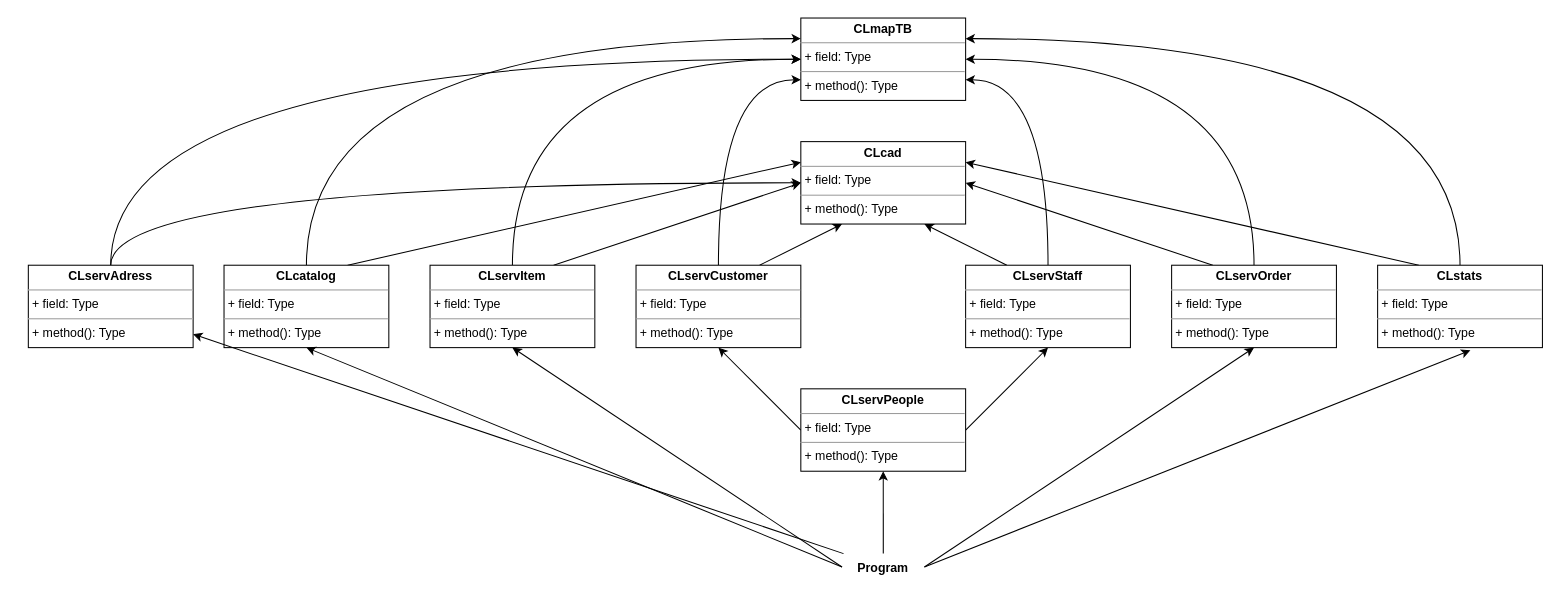
Earlier version of the draw.io diagram page "Page-2" (2 of 2) of Diagrammes/Diagrammes de classes.drawio (pierre1316/Projet-POO-CPP-CLI). Source tidied: cells renumbered, new cells numbered last; positions are measured from the earlier drawing's top-left corner, leaving out a move shared by most shapes. Both pictures are drawn from the tidied source at 103%, with x=0, y=0 at pixel (28, 18).
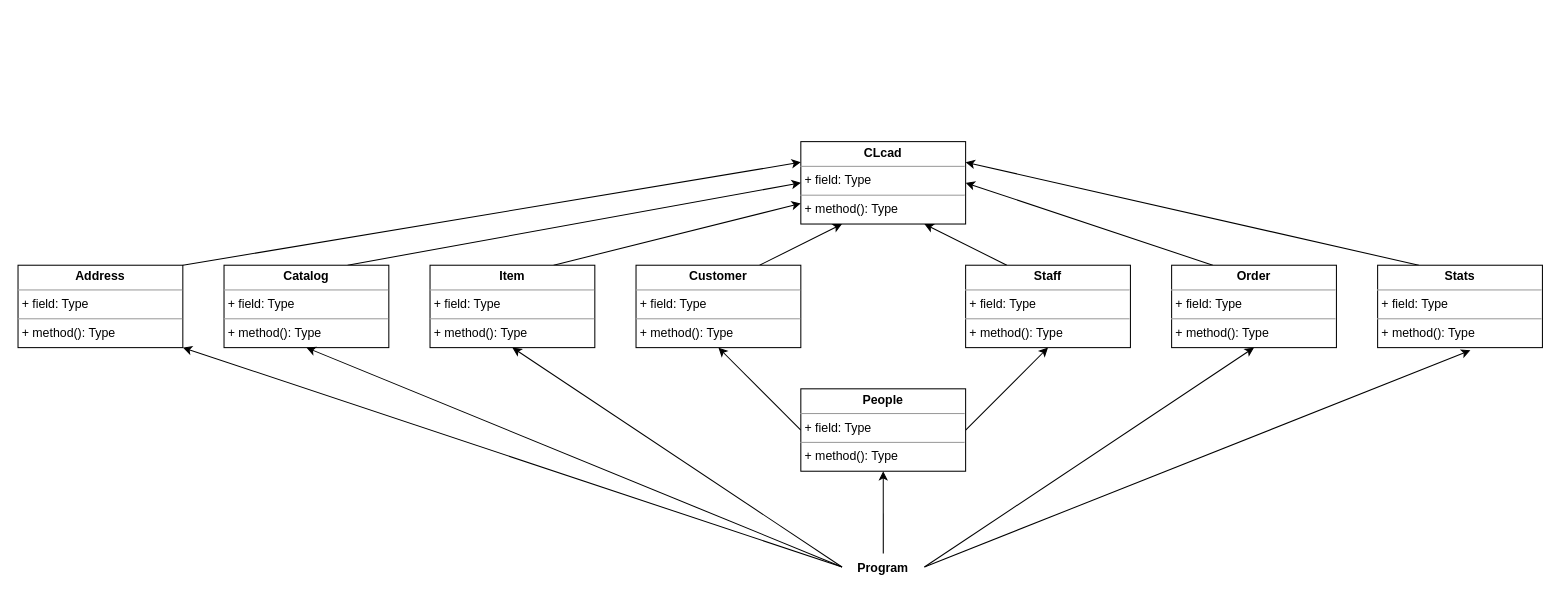
The same page after the edit.

The change refers to these unchanged cells:
```xml
<mxCell id="13" value="&lt;p style=&quot;margin:0px;margin-top:4px;text-align:center;&quot;&gt;&lt;b&gt;CLcad&lt;/b&gt;&lt;/p&gt;&lt;hr size=&quot;1&quot;&gt;&lt;p style=&quot;margin:0px;margin-left:4px;&quot;&gt;+ field: Type&lt;/p&gt;&lt;hr size=&quot;1&quot;&gt;&lt;p style=&quot;margin:0px;margin-left:4px;&quot;&gt;+ method(): Type&lt;/p&gt;" style="verticalAlign=top;align=left;overflow=fill;fontSize=12;fontFamily=Helvetica;html=1;" parent="1" vertex="1">
  <mxGeometry x="750" y="120" width="160" height="80" as="geometry" />
</mxCell>
<mxCell id="32" value="Program" style="text;align=center;fontStyle=1;verticalAlign=middle;spacingLeft=3;spacingRight=3;strokeColor=none;points=[[0,0.5],[1,0.5]];portConstraint=eastwest;" parent="1" vertex="1">
  <mxGeometry x="790" y="520" width="80" height="26" as="geometry" />
</mxCell>
```

The edit, as a diff of the source:
```diff
@@
+    <mxCell id="36" style="rounded=0;jettySize=auto;html=1;exitX=0;exitY=0.5;exitDx=0;exitDy=0;entryX=1;entryY=1;entryDx=0;entryDy=0;" parent="1" edge="1" source="32" target="38">
+      <mxGeometry relative="1" as="geometry" />
+    </mxCell>
-    <mxCell id="4" value="&lt;p style=&quot;margin:0px;margin-top:4px;text-align:center;&quot;&gt;&lt;b&gt;CLservPeople&lt;/b&gt;&lt;/p&gt;&lt;hr size=&quot;1&quot;&gt;&lt;p style=&quot;margin:0px;margin-left:4px;&quot;&gt;+ field: Type&lt;/p&gt;&lt;hr size=&quot;1&quot;&gt;&lt;p style=&quot;margin:0px;margin-left:4px;&quot;&gt;+ method(): Type&lt;/p&gt;" style="verticalAlign=top;align=left;overflow=fill;fontSize=12;fontFamily=Helvetica;html=1;" parent="1" vertex="1">
+    <mxCell id="4" value="&lt;p style=&quot;margin:0px;margin-top:4px;text-align:center;&quot;&gt;&lt;b&gt;People&lt;/b&gt;&lt;/p&gt;&lt;hr size=&quot;1&quot;&gt;&lt;p style=&quot;margin:0px;margin-left:4px;&quot;&gt;+ field: Type&lt;/p&gt;&lt;hr size=&quot;1&quot;&gt;&lt;p style=&quot;margin:0px;margin-left:4px;&quot;&gt;+ method(): Type&lt;/p&gt;" style="verticalAlign=top;align=left;overflow=fill;fontSize=12;fontFamily=Helvetica;html=1;" parent="1" vertex="1">
       <mxGeometry x="750" y="360" width="160" height="80" as="geometry" />
     </mxCell>
-    <mxCell id="5" style="edgeStyle=orthogonalEdgeStyle;rounded=0;jettySize=auto;html=1;exitX=0.5;exitY=0;exitDx=0;exitDy=0;entryX=0;entryY=0.5;entryDx=0;entryDy=0;startArrow=none;startFill=0;endArrow=classic;endFill=1;curved=1;" parent="1" edge="1" source="7" target="11">
-      <mxGeometry relative="1" as="geometry" />
-    </mxCell>
-    <mxCell id="6" style="edgeStyle=none;rounded=0;jettySize=auto;html=1;exitX=0.75;exitY=0;exitDx=0;exitDy=0;entryX=0;entryY=0.5;entryDx=0;entryDy=0;startArrow=none;startFill=0;endArrow=classic;endFill=1;" parent="1" edge="1" source="7" target="13">
+    <mxCell id="6" style="edgeStyle=none;rounded=0;jettySize=auto;html=1;exitX=0.75;exitY=0;exitDx=0;exitDy=0;entryX=0;entryY=0.75;entryDx=0;entryDy=0;startArrow=none;startFill=0;endArrow=classic;endFill=1;" parent="1" edge="1" source="7" target="13">
       <mxGeometry relative="1" as="geometry" />
     </mxCell>
-    <mxCell id="7" value="&lt;p style=&quot;margin:0px;margin-top:4px;text-align:center;&quot;&gt;&lt;b&gt;CLservItem&lt;/b&gt;&lt;/p&gt;&lt;hr size=&quot;1&quot;&gt;&lt;p style=&quot;margin:0px;margin-left:4px;&quot;&gt;+ field: Type&lt;/p&gt;&lt;hr size=&quot;1&quot;&gt;&lt;p style=&quot;margin:0px;margin-left:4px;&quot;&gt;+ method(): Type&lt;/p&gt;" style="verticalAlign=top;align=left;overflow=fill;fontSize=12;fontFamily=Helvetica;html=1;" parent="1" vertex="1">
+    <mxCell id="7" value="&lt;p style=&quot;margin:0px;margin-top:4px;text-align:center;&quot;&gt;&lt;b&gt;Item&lt;/b&gt;&lt;/p&gt;&lt;hr size=&quot;1&quot;&gt;&lt;p style=&quot;margin:0px;margin-left:4px;&quot;&gt;+ field: Type&lt;/p&gt;&lt;hr size=&quot;1&quot;&gt;&lt;p style=&quot;margin:0px;margin-left:4px;&quot;&gt;+ method(): Type&lt;/p&gt;" style="verticalAlign=top;align=left;overflow=fill;fontSize=12;fontFamily=Helvetica;html=1;" parent="1" vertex="1">
       <mxGeometry x="390" y="240" width="160" height="80" as="geometry" />
     </mxCell>
-    <mxCell id="8" style="edgeStyle=orthogonalEdgeStyle;rounded=0;jettySize=auto;html=1;exitX=0.5;exitY=0;exitDx=0;exitDy=0;entryX=1;entryY=0.5;entryDx=0;entryDy=0;startArrow=none;startFill=0;endArrow=classic;endFill=1;curved=1;" parent="1" edge="1" source="10" target="11">
-      <mxGeometry relative="1" as="geometry" />
-    </mxCell>
@@
-    <mxCell id="10" value="&lt;p style=&quot;margin:0px;margin-top:4px;text-align:center;&quot;&gt;&lt;b&gt;CLservOrder&lt;/b&gt;&lt;/p&gt;&lt;hr size=&quot;1&quot;&gt;&lt;p style=&quot;margin:0px;margin-left:4px;&quot;&gt;+ field: Type&lt;/p&gt;&lt;hr size=&quot;1&quot;&gt;&lt;p style=&quot;margin:0px;margin-left:4px;&quot;&gt;+ method(): Type&lt;/p&gt;" style="verticalAlign=top;align=left;overflow=fill;fontSize=12;fontFamily=Helvetica;html=1;" parent="1" vertex="1">
+    <mxCell id="10" value="&lt;p style=&quot;margin:0px;margin-top:4px;text-align:center;&quot;&gt;&lt;b&gt;Order&lt;/b&gt;&lt;/p&gt;&lt;hr size=&quot;1&quot;&gt;&lt;p style=&quot;margin:0px;margin-left:4px;&quot;&gt;+ field: Type&lt;/p&gt;&lt;hr size=&quot;1&quot;&gt;&lt;p style=&quot;margin:0px;margin-left:4px;&quot;&gt;+ method(): Type&lt;/p&gt;" style="verticalAlign=top;align=left;overflow=fill;fontSize=12;fontFamily=Helvetica;html=1;" parent="1" vertex="1">
       <mxGeometry x="1110" y="240" width="160" height="80" as="geometry" />
     </mxCell>
-    <mxCell id="11" value="&lt;p style=&quot;margin:0px;margin-top:4px;text-align:center;&quot;&gt;&lt;b&gt;CLmapTB&lt;/b&gt;&lt;/p&gt;&lt;hr size=&quot;1&quot;&gt;&lt;p style=&quot;margin:0px;margin-left:4px;&quot;&gt;+ field: Type&lt;/p&gt;&lt;hr size=&quot;1&quot;&gt;&lt;p style=&quot;margin:0px;margin-left:4px;&quot;&gt;+ method(): Type&lt;/p&gt;" style="verticalAlign=top;align=left;overflow=fill;fontSize=12;fontFamily=Helvetica;html=1;" parent="1" vertex="1">
-      <mxGeometry x="750" width="160" height="80" as="geometry" />
-    </mxCell>
@@
-    <mxCell id="14" style="edgeStyle=orthogonalEdgeStyle;rounded=0;jettySize=auto;html=1;exitX=0.5;exitY=0;exitDx=0;exitDy=0;entryX=0;entryY=0.75;entryDx=0;entryDy=0;startArrow=none;startFill=0;endArrow=classic;endFill=1;curved=1;" parent="1" edge="1" source="16" target="11">
-      <mxGeometry relative="1" as="geometry" />
-    </mxCell>
@@
-    <mxCell id="16" value="&lt;p style=&quot;margin:0px;margin-top:4px;text-align:center;&quot;&gt;&lt;b&gt;CLservCustomer&lt;/b&gt;&lt;/p&gt;&lt;hr size=&quot;1&quot;&gt;&lt;p style=&quot;margin:0px;margin-left:4px;&quot;&gt;+ field: Type&lt;/p&gt;&lt;hr size=&quot;1&quot;&gt;&lt;p style=&quot;margin:0px;margin-left:4px;&quot;&gt;+ method(): Type&lt;/p&gt;" style="verticalAlign=top;align=left;overflow=fill;fontSize=12;fontFamily=Helvetica;html=1;" parent="1" vertex="1">
+    <mxCell id="16" value="&lt;p style=&quot;margin:0px;margin-top:4px;text-align:center;&quot;&gt;&lt;b&gt;Customer&lt;/b&gt;&lt;/p&gt;&lt;hr size=&quot;1&quot;&gt;&lt;p style=&quot;margin:0px;margin-left:4px;&quot;&gt;+ field: Type&lt;/p&gt;&lt;hr size=&quot;1&quot;&gt;&lt;p style=&quot;margin:0px;margin-left:4px;&quot;&gt;+ method(): Type&lt;/p&gt;" style="verticalAlign=top;align=left;overflow=fill;fontSize=12;fontFamily=Helvetica;html=1;" parent="1" vertex="1">
       <mxGeometry x="590" y="240" width="160" height="80" as="geometry" />
     </mxCell>
-    <mxCell id="17" style="edgeStyle=orthogonalEdgeStyle;rounded=0;jettySize=auto;html=1;exitX=0.5;exitY=0;exitDx=0;exitDy=0;startArrow=none;startFill=0;endArrow=classic;endFill=1;entryX=1;entryY=0.75;entryDx=0;entryDy=0;curved=1;" parent="1" edge="1" source="19" target="11">
-      <mxGeometry relative="1" as="geometry" />
-    </mxCell>
@@
-    <mxCell id="19" value="&lt;p style=&quot;margin:0px;margin-top:4px;text-align:center;&quot;&gt;&lt;b&gt;CLservStaff&lt;/b&gt;&lt;/p&gt;&lt;hr size=&quot;1&quot;&gt;&lt;p style=&quot;margin:0px;margin-left:4px;&quot;&gt;+ field: Type&lt;/p&gt;&lt;hr size=&quot;1&quot;&gt;&lt;p style=&quot;margin:0px;margin-left:4px;&quot;&gt;+ method(): Type&lt;/p&gt;" style="verticalAlign=top;align=left;overflow=fill;fontSize=12;fontFamily=Helvetica;html=1;" parent="1" vertex="1">
+    <mxCell id="19" value="&lt;p style=&quot;margin:0px;margin-top:4px;text-align:center;&quot;&gt;&lt;b&gt;Staff&lt;/b&gt;&lt;/p&gt;&lt;hr size=&quot;1&quot;&gt;&lt;p style=&quot;margin:0px;margin-left:4px;&quot;&gt;+ field: Type&lt;/p&gt;&lt;hr size=&quot;1&quot;&gt;&lt;p style=&quot;margin:0px;margin-left:4px;&quot;&gt;+ method(): Type&lt;/p&gt;" style="verticalAlign=top;align=left;overflow=fill;fontSize=12;fontFamily=Helvetica;html=1;" parent="1" vertex="1">
       <mxGeometry x="910" y="240" width="160" height="80" as="geometry" />
     </mxCell>
-    <mxCell id="20" style="edgeStyle=orthogonalEdgeStyle;rounded=0;jettySize=auto;html=1;exitX=0.5;exitY=0;exitDx=0;exitDy=0;entryX=1;entryY=0.25;entryDx=0;entryDy=0;startArrow=none;startFill=0;endArrow=classic;endFill=1;curved=1;" parent="1" edge="1" source="22" target="11">
-      <mxGeometry relative="1" as="geometry" />
-    </mxCell>
@@
-    <mxCell id="22" value="&lt;p style=&quot;margin:0px;margin-top:4px;text-align:center;&quot;&gt;&lt;b&gt;CLstats&lt;/b&gt;&lt;/p&gt;&lt;hr size=&quot;1&quot;&gt;&lt;p style=&quot;margin:0px;margin-left:4px;&quot;&gt;+ field: Type&lt;/p&gt;&lt;hr size=&quot;1&quot;&gt;&lt;p style=&quot;margin:0px;margin-left:4px;&quot;&gt;+ method(): Type&lt;/p&gt;" style="verticalAlign=top;align=left;overflow=fill;fontSize=12;fontFamily=Helvetica;html=1;" parent="1" vertex="1">
+    <mxCell id="22" value="&lt;p style=&quot;margin:0px;margin-top:4px;text-align:center;&quot;&gt;&lt;b&gt;Stats&lt;/b&gt;&lt;/p&gt;&lt;hr size=&quot;1&quot;&gt;&lt;p style=&quot;margin:0px;margin-left:4px;&quot;&gt;+ field: Type&lt;/p&gt;&lt;hr size=&quot;1&quot;&gt;&lt;p style=&quot;margin:0px;margin-left:4px;&quot;&gt;+ method(): Type&lt;/p&gt;" style="verticalAlign=top;align=left;overflow=fill;fontSize=12;fontFamily=Helvetica;html=1;" parent="1" vertex="1">
       <mxGeometry x="1310" y="240" width="160" height="80" as="geometry" />
     </mxCell>
-    <mxCell id="23" style="edgeStyle=orthogonalEdgeStyle;rounded=0;jettySize=auto;html=1;exitX=0.5;exitY=0;exitDx=0;exitDy=0;entryX=0;entryY=0.25;entryDx=0;entryDy=0;startArrow=none;startFill=0;endArrow=classic;endFill=1;curved=1;" parent="1" edge="1" source="25" target="11">
-      <mxGeometry relative="1" as="geometry" />
-    </mxCell>
-    <mxCell id="24" style="rounded=0;jettySize=auto;html=1;exitX=0.75;exitY=0;exitDx=0;exitDy=0;entryX=0;entryY=0.25;entryDx=0;entryDy=0;startArrow=none;startFill=0;endArrow=classic;endFill=1;" parent="1" edge="1" source="25" target="13">
+    <mxCell id="24" style="rounded=0;jettySize=auto;html=1;exitX=0.75;exitY=0;exitDx=0;exitDy=0;entryX=0;entryY=0.5;entryDx=0;entryDy=0;startArrow=none;startFill=0;endArrow=classic;endFill=1;" parent="1" edge="1" source="25" target="13">
       <mxGeometry relative="1" as="geometry" />
     </mxCell>
-    <mxCell id="25" value="&lt;p style=&quot;margin:0px;margin-top:4px;text-align:center;&quot;&gt;&lt;b&gt;CLcatalog&lt;/b&gt;&lt;/p&gt;&lt;hr size=&quot;1&quot;&gt;&lt;p style=&quot;margin:0px;margin-left:4px;&quot;&gt;+ field: Type&lt;/p&gt;&lt;hr size=&quot;1&quot;&gt;&lt;p style=&quot;margin:0px;margin-left:4px;&quot;&gt;+ method(): Type&lt;/p&gt;" style="verticalAlign=top;align=left;overflow=fill;fontSize=12;fontFamily=Helvetica;html=1;" parent="1" vertex="1">
+    <mxCell id="25" value="&lt;p style=&quot;margin:0px;margin-top:4px;text-align:center;&quot;&gt;&lt;b&gt;Catalog&lt;/b&gt;&lt;/p&gt;&lt;hr size=&quot;1&quot;&gt;&lt;p style=&quot;margin:0px;margin-left:4px;&quot;&gt;+ field: Type&lt;/p&gt;&lt;hr size=&quot;1&quot;&gt;&lt;p style=&quot;margin:0px;margin-left:4px;&quot;&gt;+ method(): Type&lt;/p&gt;" style="verticalAlign=top;align=left;overflow=fill;fontSize=12;fontFamily=Helvetica;html=1;" parent="1" vertex="1">
       <mxGeometry x="190" y="240" width="160" height="80" as="geometry" />
     </mxCell>
@@
-    <mxCell id="31" style="rounded=0;jettySize=auto;html=1;" parent="1" edge="1" source="32" target="35">
-      <mxGeometry relative="1" as="geometry" />
-    </mxCell>
@@
-    <mxCell id="33" style="edgeStyle=orthogonalEdgeStyle;rounded=0;jettySize=auto;html=1;curved=1;" parent="1" edge="1" source="35" target="11">
-      <mxGeometry relative="1" as="geometry">
-        <Array as="points">
-          <mxPoint x="80" y="40" />
-        </Array>
-      </mxGeometry>
-    </mxCell>
-    <mxCell id="34" style="edgeStyle=orthogonalEdgeStyle;curved=1;rounded=0;jettySize=auto;html=1;" parent="1" edge="1" source="35" target="13">
-      <mxGeometry relative="1" as="geometry">
-        <Array as="points">
-          <mxPoint x="80" y="160" />
-        </Array>
-      </mxGeometry>
-    </mxCell>
-    <mxCell id="35" value="&lt;p style=&quot;margin:0px;margin-top:4px;text-align:center;&quot;&gt;&lt;b&gt;CLservAdress&lt;/b&gt;&lt;/p&gt;&lt;hr size=&quot;1&quot;&gt;&lt;p style=&quot;margin:0px;margin-left:4px;&quot;&gt;+ field: Type&lt;/p&gt;&lt;hr size=&quot;1&quot;&gt;&lt;p style=&quot;margin:0px;margin-left:4px;&quot;&gt;+ method(): Type&lt;/p&gt;" style="verticalAlign=top;align=left;overflow=fill;fontSize=12;fontFamily=Helvetica;html=1;" parent="1" vertex="1">
-      <mxGeometry y="240" width="160" height="80" as="geometry" />
-    </mxCell>
+    <mxCell id="37" style="rounded=0;jettySize=auto;html=1;exitX=1;exitY=0;exitDx=0;exitDy=0;entryX=0;entryY=0.25;entryDx=0;entryDy=0;" parent="1" edge="1" source="38" target="13">
+      <mxGeometry relative="1" as="geometry" />
+    </mxCell>
+    <mxCell id="38" value="&lt;p style=&quot;margin:0px;margin-top:4px;text-align:center;&quot;&gt;&lt;b&gt;Address&lt;/b&gt;&lt;/p&gt;&lt;hr size=&quot;1&quot;&gt;&lt;p style=&quot;margin:0px;margin-left:4px;&quot;&gt;+ field: Type&lt;/p&gt;&lt;hr size=&quot;1&quot;&gt;&lt;p style=&quot;margin:0px;margin-left:4px;&quot;&gt;+ method(): Type&lt;/p&gt;" style="verticalAlign=top;align=left;overflow=fill;fontSize=12;fontFamily=Helvetica;html=1;" parent="1" vertex="1">
+      <mxGeometry x="-10" y="240" width="160" height="80" as="geometry" />
+    </mxCell>
```
